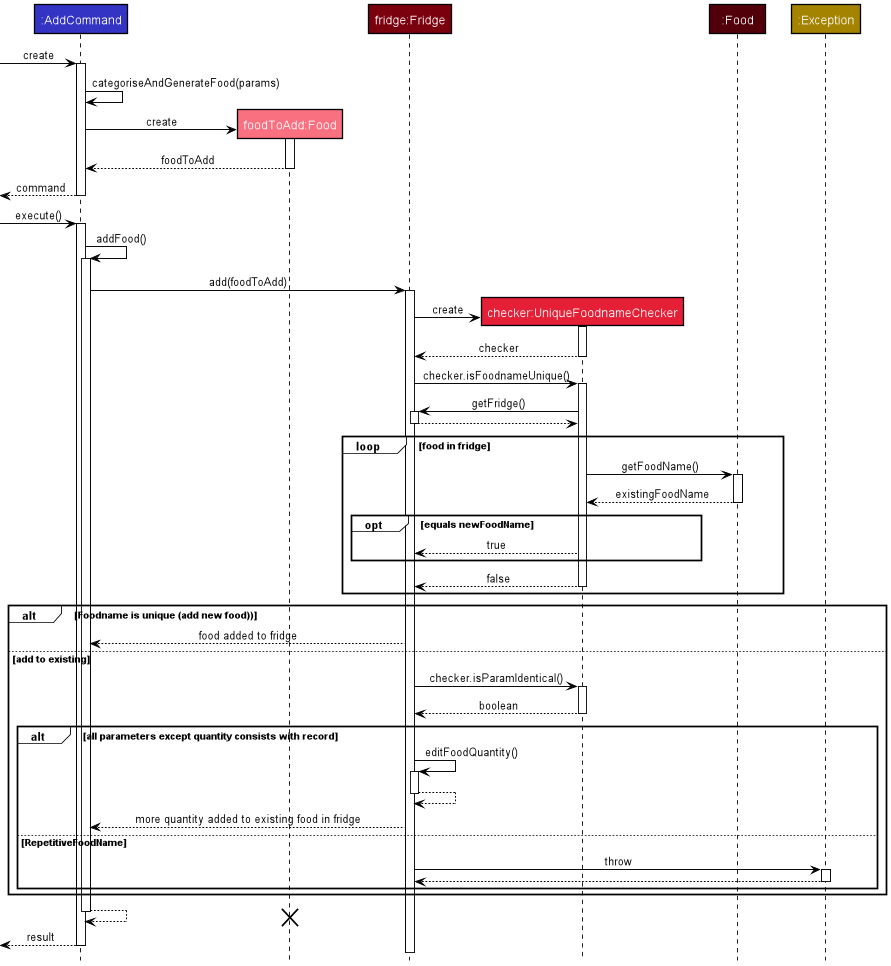
This is docs/diagrams/diagram_images/AddSequenceDiagram.png from nus-cs2113-AY2021S2/tp, a PlantUML export, as it was before one commit.
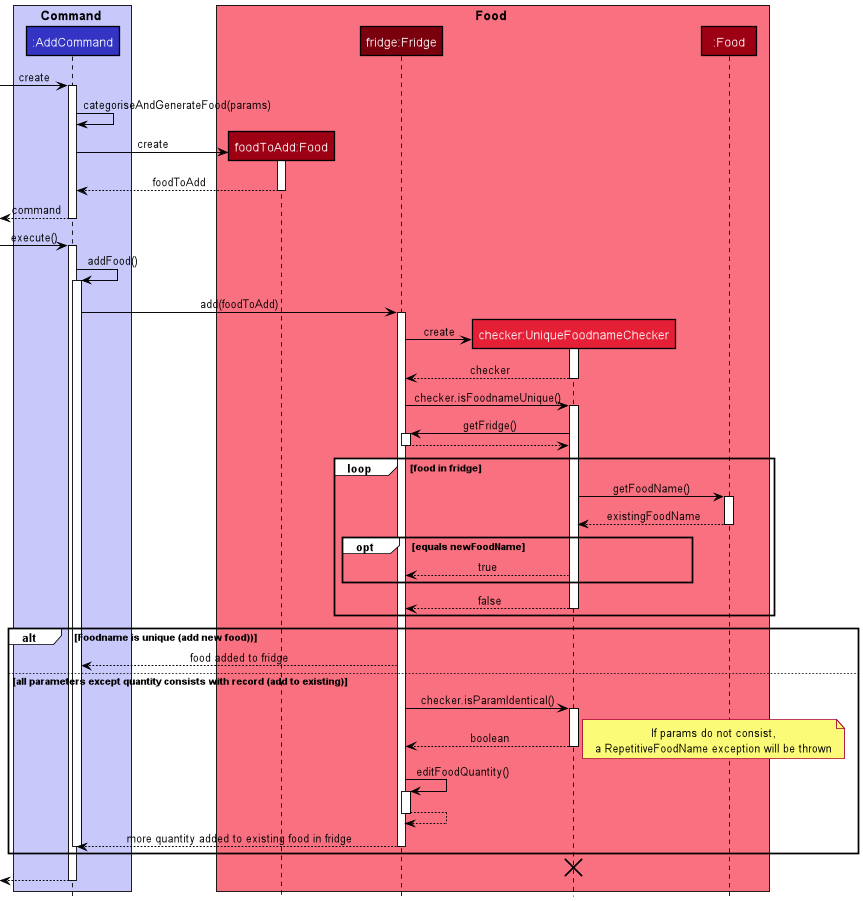
Above is the later version.

Commit message:
AddCommand Sequence Diagram v2

Change to the diagram source:
```diff
@@ -1,13 +1,15 @@
 @startuml
 
 !include style.puml
-
+box Command COMMAND_COLOR_T1
 participant ":AddCommand" as AddCommand COMMAND_COLOR
-participant "foodToAdd:Food" as NewFood FOOD_COLOR_T1
+end box
+box Food FOOD_COLOR_T1
+participant "foodToAdd:Food" as NewFood FOOD_COLOR
 participant "fridge:Fridge" as Fridge FOOD_COLOR_T3
 participant "checker:UniqueFoodnameChecker" as Checker FOOD_COLOR_T2
-participant ":Food" as Food FOOD_COLOR_T4
-participant ":Exception" as Exception EXCEPTION_COLOR
+participant ":Food" as Food FOOD_COLOR
+end box
 
 
 -> AddCommand: create
@@ -46,27 +48,25 @@
 alt Foodname is unique (add new food))
     Fridge --> AddCommand: food added to fridge
 
-else add to existing
+else all parameters except quantity consists with record (add to existing)
     Fridge -> Checker: checker.isParamIdentical()
     activate Checker
     return boolean
-    alt all parameters except quantity consists with record
-        Fridge -> Fridge: editFoodQuantity()
-        activate Fridge
-        return
-        Fridge --> AddCommand: more quantity added to existing food in fridge
-    else RepetitiveFoodName
-        Fridge -> Exception: throw
-        activate Exception
-        return
-        deactivate Exception
-    end
+    note right
+    If params do not consist,
+    a RepetitiveFoodName exception will be thrown
+    end note
+    Fridge -> Fridge: editFoodQuantity()
+    activate Fridge
+    return
+    Fridge --> AddCommand: more quantity added to existing food in fridge
+    deactivate Fridge
+    deactivate AddCommand
 end
-return
 
-destroy NewFood
+destroy Checker
 
-<--AddCommand: result
+<--AddCommand:
 deactivate AddCommand
 
 @enduml
```
